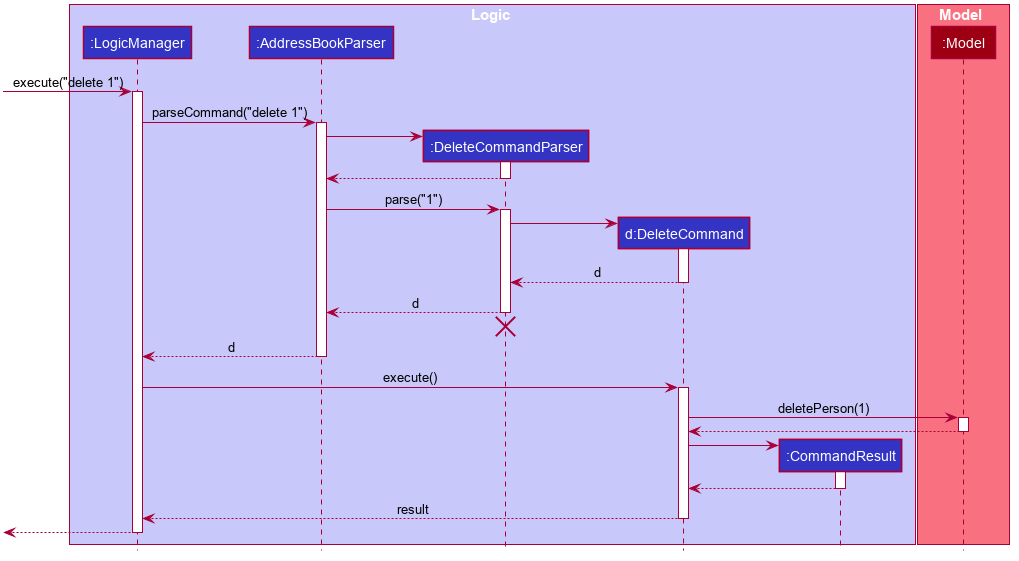
Above: docs/images/DeleteSequenceDiagram.png in nus-cs2103-AY2223S2/tp (PlantUML), before the change. The source it was exported from:
```plantuml
@startuml








skinparam BackgroundColor #FFFFFFF

skinparam Shadowing false

skinparam Class {
    FontColor #FFFFFF
    BorderThickness 1
    BorderColor #FFFFFF
    StereotypeFontColor #FFFFFF
    FontName Arial
}

skinparam Actor {
    BorderColor #000000
    Color #000000
    FontName Arial
}

skinparam Sequence {
    MessageAlign center
    BoxFontSize 15
    BoxPadding 0
    BoxFontColor #FFFFFF
    FontName Arial
}

skinparam Participant {
    FontColor #FFFFFFF
    Padding 20
}

skinparam MinClassWidth 50
skinparam ParticipantPadding 10
skinparam Shadowing false
skinparam DefaultTextAlignment center
skinparam packageStyle Rectangle

hide footbox
hide members
hide circle

box Logic #C8C8FA
participant ":LogicManager" as LogicManager #3333C4
participant ":AddressBookParser" as AddressBookParser #3333C4
participant ":DeleteCommandParser" as DeleteCommandParser #3333C4
participant "d:DeleteCommand" as DeleteCommand #3333C4
participant ":CommandResult" as CommandResult #3333C4
end box

box Model #F97181
participant ":Model" as Model #9D0012
end box

[-> LogicManager : execute("delete 1")
activate LogicManager

LogicManager -> AddressBookParser : parseCommand("delete 1")
activate AddressBookParser

create DeleteCommandParser
AddressBookParser -> DeleteCommandParser
activate DeleteCommandParser

DeleteCommandParser --> AddressBookParser
deactivate DeleteCommandParser

AddressBookParser -> DeleteCommandParser : parse("1")
activate DeleteCommandParser

create DeleteCommand
DeleteCommandParser -> DeleteCommand
activate DeleteCommand

DeleteCommand --> DeleteCommandParser : d
deactivate DeleteCommand

DeleteCommandParser --> AddressBookParser : d
deactivate DeleteCommandParser
DeleteCommandParser -[hidden]-> AddressBookParser
destroy DeleteCommandParser

AddressBookParser --> LogicManager : d
deactivate AddressBookParser

LogicManager -> DeleteCommand : execute()
activate DeleteCommand

DeleteCommand -> Model : deletePerson(1)
activate Model

Model --> DeleteCommand
deactivate Model

create CommandResult
DeleteCommand -> CommandResult
activate CommandResult

CommandResult --> DeleteCommand
deactivate CommandResult

DeleteCommand --> LogicManager : result
deactivate DeleteCommand

[<--LogicManager
deactivate LogicManager
@enduml
```
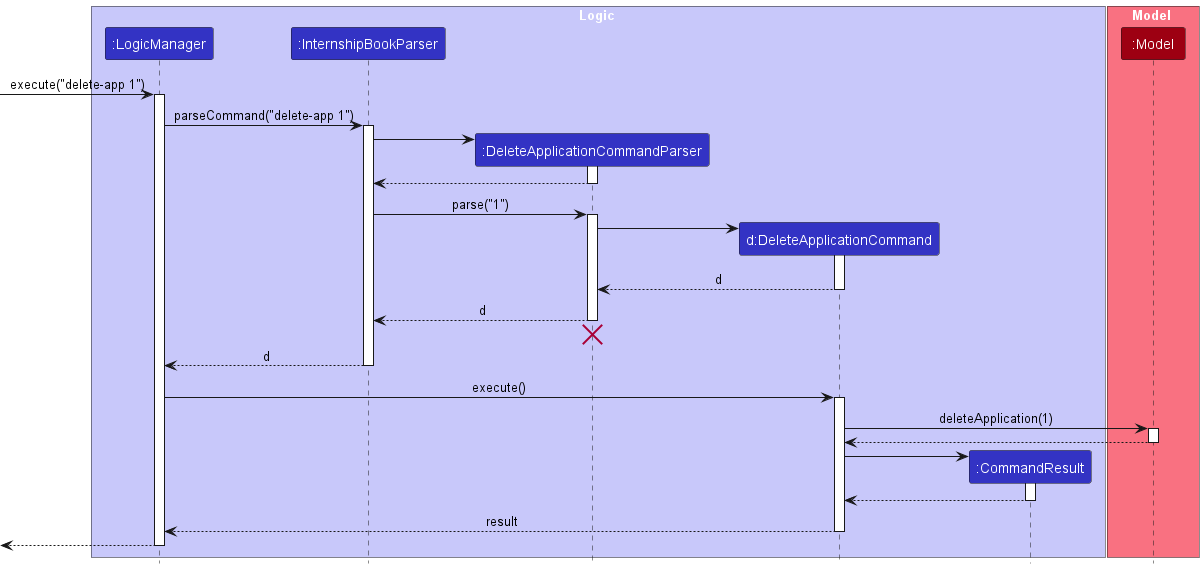
The same diagram one commit later.

Change to the diagram source:
```diff
@@ -1,114 +1,67 @@
 @startuml
+!include style.puml
 
-
-
-
-
-
-
-
-skinparam BackgroundColor #FFFFFFF
-
-skinparam Shadowing false
-
-skinparam Class {
-    FontColor #FFFFFF
-    BorderThickness 1
-    BorderColor #FFFFFF
-    StereotypeFontColor #FFFFFF
-    FontName Arial
-}
-
-skinparam Actor {
-    BorderColor #000000
-    Color #000000
-    FontName Arial
-}
-
-skinparam Sequence {
-    MessageAlign center
-    BoxFontSize 15
-    BoxPadding 0
-    BoxFontColor #FFFFFF
-    FontName Arial
-}
-
-skinparam Participant {
-    FontColor #FFFFFFF
-    Padding 20
-}
-
-skinparam MinClassWidth 50
-skinparam ParticipantPadding 10
-skinparam Shadowing false
-skinparam DefaultTextAlignment center
-skinparam packageStyle Rectangle
-
-hide footbox
-hide members
-hide circle
-
-box Logic #C8C8FA
-participant ":LogicManager" as LogicManager #3333C4
-participant ":AddressBookParser" as AddressBookParser #3333C4
-participant ":DeleteCommandParser" as DeleteCommandParser #3333C4
-participant "d:DeleteCommand" as DeleteCommand #3333C4
-participant ":CommandResult" as CommandResult #3333C4
+box Logic LOGIC_COLOR_T1
+participant ":LogicManager" as LogicManager LOGIC_COLOR
+participant ":InternshipBookParser" as InternshipBookParser LOGIC_COLOR
+participant ":DeleteApplicationCommandParser" as DeleteApplicationCommandParser LOGIC_COLOR
+participant "d:DeleteApplicationCommand" as DeleteApplicationCommand LOGIC_COLOR
+participant ":CommandResult" as CommandResult LOGIC_COLOR
 end box
 
-box Model #F97181
-participant ":Model" as Model #9D0012
+box Model MODEL_COLOR_T1
+participant ":Model" as Model MODEL_COLOR
 end box
 
-[-> LogicManager : execute("delete 1")
+[-> LogicManager : execute("delete-app 1")
 activate LogicManager
 
-LogicManager -> AddressBookParser : parseCommand("delete 1")
-activate AddressBookParser
+LogicManager -> InternshipBookParser : parseCommand("delete-app 1")
+activate InternshipBookParser
 
-create DeleteCommandParser
-AddressBookParser -> DeleteCommandParser
-activate DeleteCommandParser
+create DeleteApplicationCommandParser
+InternshipBookParser -> DeleteApplicationCommandParser
+activate DeleteApplicationCommandParser
 
-DeleteCommandParser --> AddressBookParser
-deactivate DeleteCommandParser
+DeleteApplicationCommandParser --> InternshipBookParser
+deactivate DeleteApplicationCommandParser
 
-AddressBookParser -> DeleteCommandParser : parse("1")
-activate DeleteCommandParser
+InternshipBookParser -> DeleteApplicationCommandParser : parse("1")
+activate DeleteApplicationCommandParser
 
-create DeleteCommand
-DeleteCommandParser -> DeleteCommand
-activate DeleteCommand
+create DeleteApplicationCommand
+DeleteApplicationCommandParser -> DeleteApplicationCommand
+activate DeleteApplicationCommand
 
-DeleteCommand --> DeleteCommandParser : d
-deactivate DeleteCommand
+DeleteApplicationCommand --> DeleteApplicationCommandParser : d
+deactivate DeleteApplicationCommand
 
-DeleteCommandParser --> AddressBookParser : d
-deactivate DeleteCommandParser
-DeleteCommandParser -[hidden]-> AddressBookParser
-destroy DeleteCommandParser
+DeleteApplicationCommandParser --> InternshipBookParser : d
+deactivate DeleteApplicationCommandParser
+DeleteApplicationCommandParser -[hidden]-> InternshipBookParser
+destroy DeleteApplicationCommandParser
 
-AddressBookParser --> LogicManager : d
-deactivate AddressBookParser
+InternshipBookParser --> LogicManager : d
+deactivate InternshipBookParser
 
-LogicManager -> DeleteCommand : execute()
-activate DeleteCommand
+LogicManager -> DeleteApplicationCommand : execute()
+activate DeleteApplicationCommand
 
-DeleteCommand -> Model : deletePerson(1)
+DeleteApplicationCommand -> Model : deleteApplication(1)
 activate Model
 
-Model --> DeleteCommand
+Model --> DeleteApplicationCommand
 deactivate Model
 
 create CommandResult
-DeleteCommand -> CommandResult
+DeleteApplicationCommand -> CommandResult
 activate CommandResult
 
-CommandResult --> DeleteCommand
+CommandResult --> DeleteApplicationCommand
 deactivate CommandResult
 
-DeleteCommand --> LogicManager : result
-deactivate DeleteCommand
+DeleteApplicationCommand --> LogicManager : result
+deactivate DeleteApplicationCommand
 
 [<--LogicManager
 deactivate LogicManager
```
